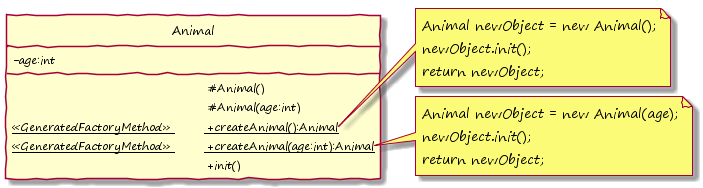
The PlantUML diagram images/PlantUML_Modification_Factory_Method_Out.png in KirstenZa/xtend-etai, before a commit. Its diagram source:
```plantuml
@startuml

hide circle
skinparam handwritten true
skinparam DefaultFontName "Segoe Print"
skinparam classAttributeIconSize 0
!pragma horizontalLineBetweenDifferentPackageAllowed

class Animal {
	-age:int
	&#009; &#009; &#009; &#009; &#009; &#009; #Animal()
	&#009; &#009; &#009; &#009; &#009; &#009; #Animal(age:int)
	{static} <<GeneratedFactoryMethod>> &#009; +createAnimal():Animal
	{static} <<GeneratedFactoryMethod>> &#009; +createAnimal(age:int):Animal
	&#009; &#009; &#009; &#009; &#009; &#009; +init()
}

note right of Animal::createAnimal
  Animal newObject = new Animal();
  newObject.init();
  return newObject;
end note

note right of Animal::createAnimal(age:int)
  Animal newObject = new Animal(age);
  newObject.init();
  return newObject;
end note

@enduml
```
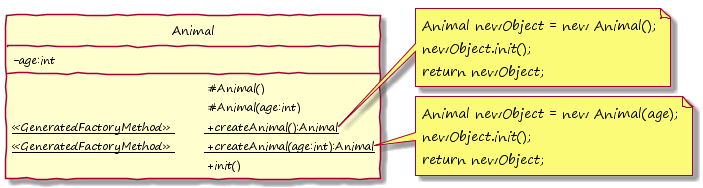
Later version of the same file.

Diff of the diagram source:
```diff
@@ -15,7 +15,7 @@
 	&#009; &#009; &#009; &#009; &#009; &#009; +init()
 }
 
-note right of Animal::createAnimal
+note right of Animal::createAnimal()
   Animal newObject = new Animal();
   newObject.init();
   return newObject;
```
